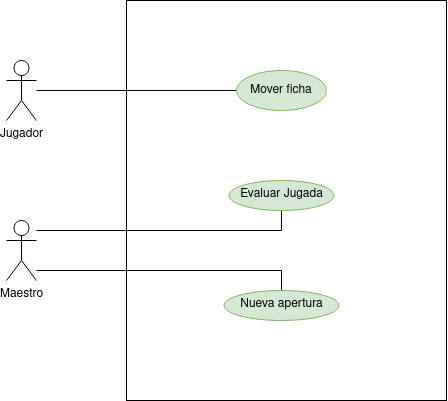
The draw.io diagram Tareas/casosUso/Tarea2/Ajedrez.drawio.png in colidom/ets, before a commit. Source tidied: cells renumbered, new cells last; positions are measured from the earlier drawing's top-left corner, leaving out a move shared by most shapes.
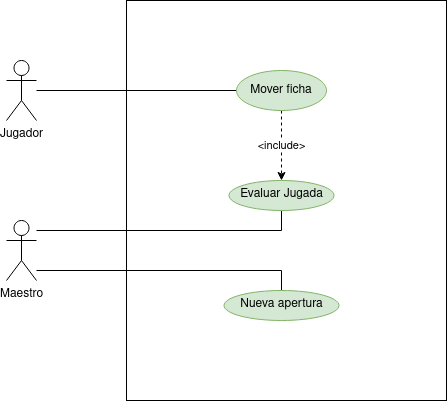
Above is the later version.

What changed in the source:
```diff
@@ -30,6 +30,9 @@
     <mxCell id="7" value="Maestro" style="shape=umlActor;verticalLabelPosition=bottom;verticalAlign=top;html=1;outlineConnect=0;fillColor=none;" parent="1" vertex="1">
       <mxGeometry y="220" width="30" height="60" as="geometry" />
     </mxCell>
+    <mxCell id="11" value="&amp;lt;include&amp;gt;" style="edgeStyle=orthogonalEdgeStyle;rounded=0;jettySize=auto;html=1;dashed=1;startArrow=none;startFill=0;endArrow=classic;endFill=1;" parent="1" edge="1" source="8" target="9">
+      <mxGeometry relative="1" as="geometry" />
+    </mxCell>
     <mxCell id="8" value="Mover ficha" style="ellipse;whiteSpace=wrap;html=1;fillColor=#d5e8d4;strokeColor=#82b366;" parent="1" vertex="1">
       <mxGeometry x="230" y="70" width="90" height="40" as="geometry" />
     </mxCell>
```
